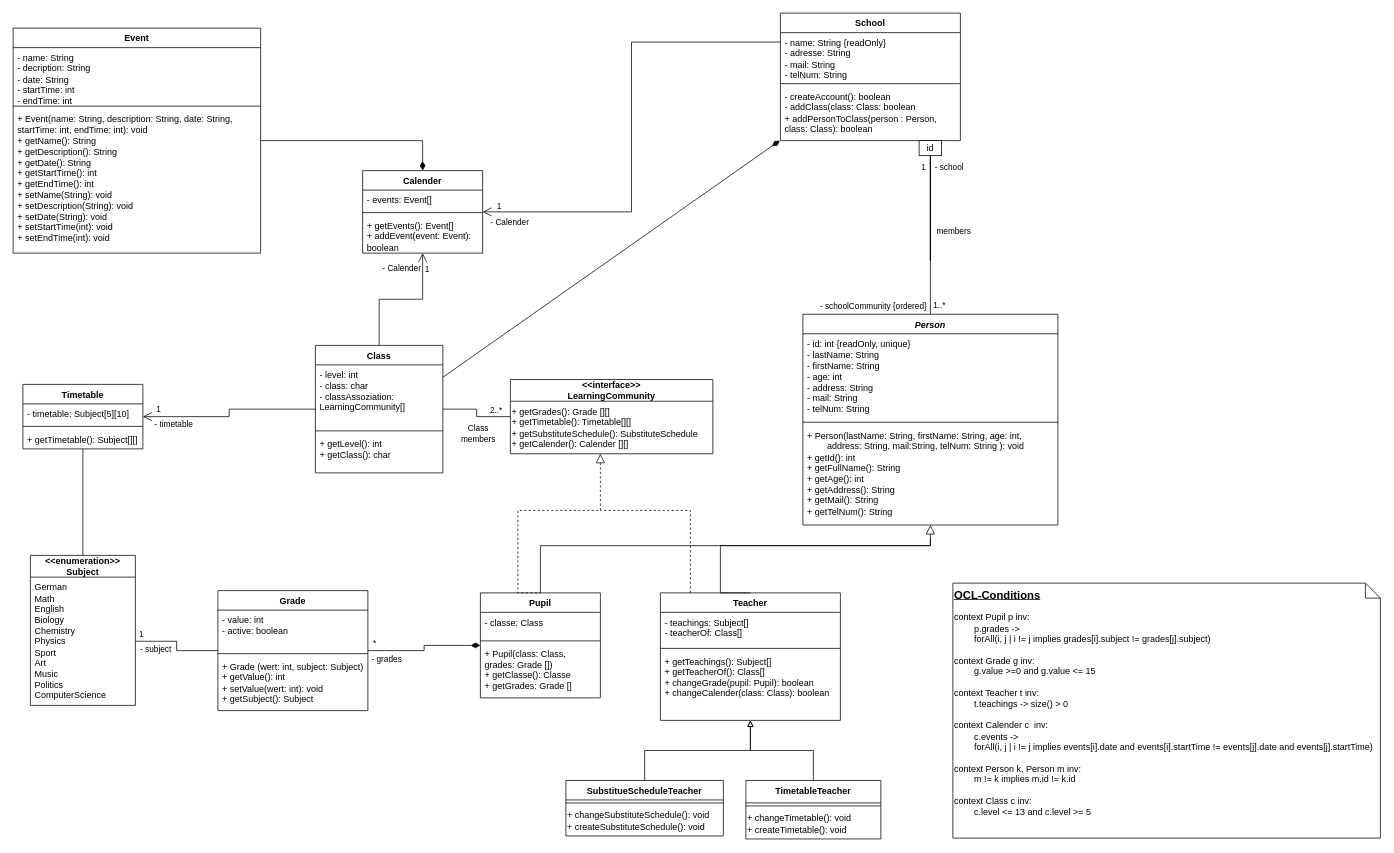
This is ClassDiagram.drawio from TrainFan1804/SchulverwaltungUML, a draw.io file, before an edit. Source tidied: cells renumbered, new cells numbered last; positions are measured from the earlier drawing's top-left corner, leaving out a move shared by most shapes. Both pictures are drawn from the tidied source at 75%, with x=0, y=0 at pixel (13, 13).
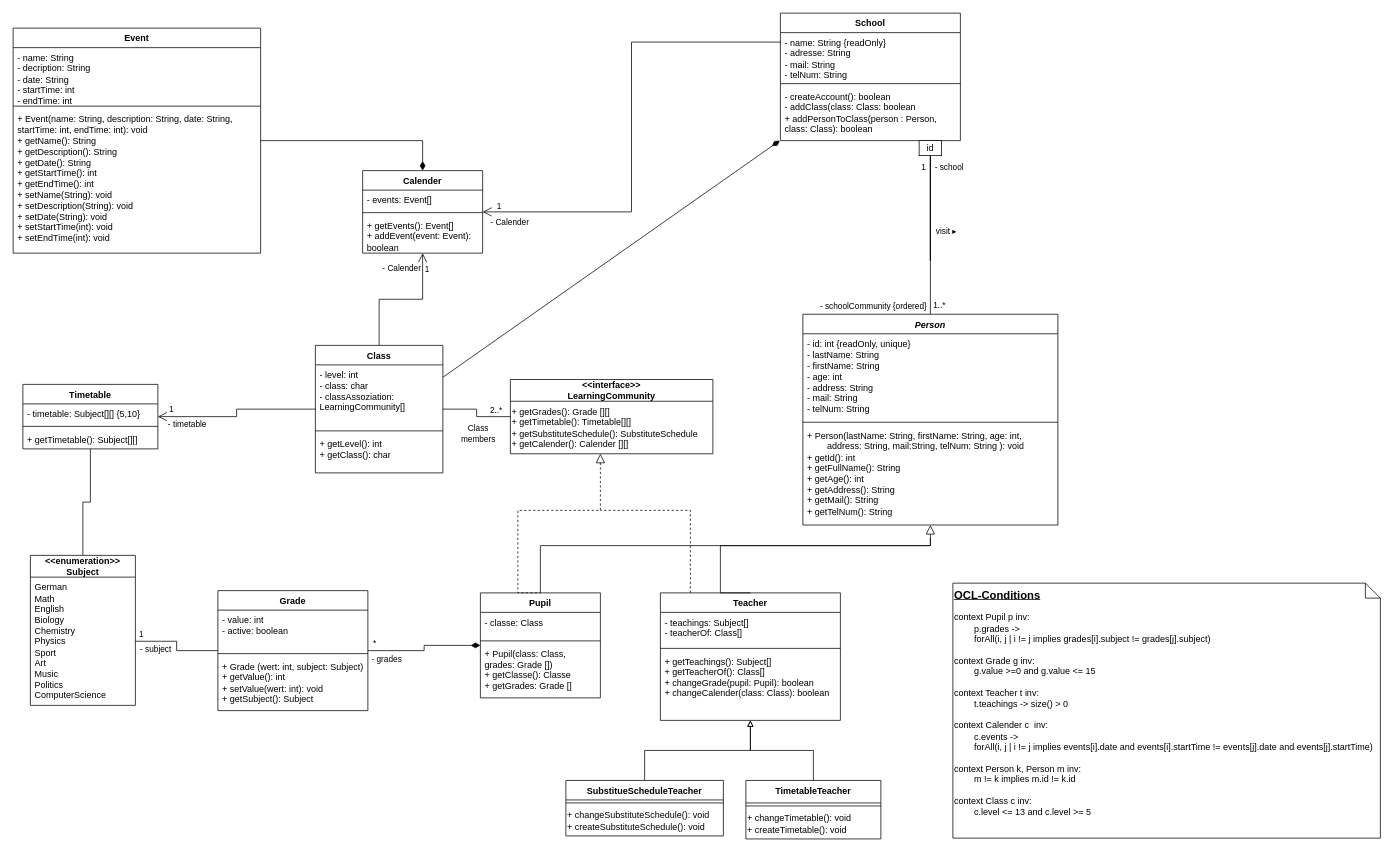
Above is the later version.

Unchanged cells that the change refers to:
```xml
<mxCell id="32" style="edgeStyle=orthogonalEdgeStyle;rounded=0;jettySize=auto;html=1;entryX=0.5;entryY=0;entryDx=0;entryDy=0;strokeColor=default;align=center;verticalAlign=middle;fontFamily=Helvetica;fontSize=11;fontColor=default;labelBackgroundColor=default;endArrow=none;endFill=0;endSize=10;" parent="1" edge="1" source="82" target="62">
  <mxGeometry relative="1" as="geometry" />
</mxCell>
```

Diff of the diagram source:
```diff
@@
-    <mxCell id="35" value="members" style="edgeLabel;html=1;align=center;verticalAlign=middle;" parent="32" vertex="1">
+    <mxCell id="35" value="visit ▸" style="edgeLabel;html=1;align=center;verticalAlign=middle;" parent="32" vertex="1">
       <mxGeometry x="0.04" relative="1" as="geometry">
-        <mxPoint x="30" y="-10" as="offset" />
+        <mxPoint x="20" y="-10" as="offset" />
       </mxGeometry>
     </mxCell>
@@
     <mxCell id="56" value="Timetable" style="swimlane;fontStyle=1;align=center;verticalAlign=top;horizontal=1;startSize=26;whiteSpace=wrap;html=1;" parent="1" vertex="1">
-      <mxGeometry x="13" y="495" width="160" height="86" as="geometry" />
+      <mxGeometry x="13" y="495" width="180" height="86" as="geometry" />
     </mxCell>
-    <mxCell id="57" value="- timetable: Subject[5][10]" style="text;strokeColor=none;fillColor=none;align=left;verticalAlign=top;spacingLeft=4;spacingRight=4;overflow=hidden;whiteSpace=wrap;html=1;" parent="56" vertex="1">
-      <mxGeometry y="26" width="160" height="26" as="geometry" />
+    <mxCell id="57" value="- timetable: Subject[][] {5,10}" style="text;strokeColor=none;fillColor=none;align=left;verticalAlign=top;spacingLeft=4;spacingRight=4;overflow=hidden;whiteSpace=wrap;html=1;" parent="56" vertex="1">
+      <mxGeometry y="26" width="180" height="26" as="geometry" />
     </mxCell>
     <mxCell id="58" style="line;strokeWidth=1;fillColor=none;align=left;verticalAlign=middle;spacingTop=-1;spacingLeft=3;spacingRight=3;labelPosition=right;strokeColor=inherit;" parent="56" vertex="1">
-      <mxGeometry y="52" width="160" height="8" as="geometry" />
+      <mxGeometry y="52" width="180" height="8" as="geometry" />
     </mxCell>
     <mxCell id="59" value="+ getTimetable(): Subject[][]" style="text;strokeColor=none;fillColor=none;align=left;verticalAlign=top;spacingLeft=4;spacingRight=4;overflow=hidden;whiteSpace=wrap;html=1;" parent="56" vertex="1">
-      <mxGeometry y="60" width="160" height="26" as="geometry" />
+      <mxGeometry y="60" width="180" height="26" as="geometry" />
     </mxCell>
```
